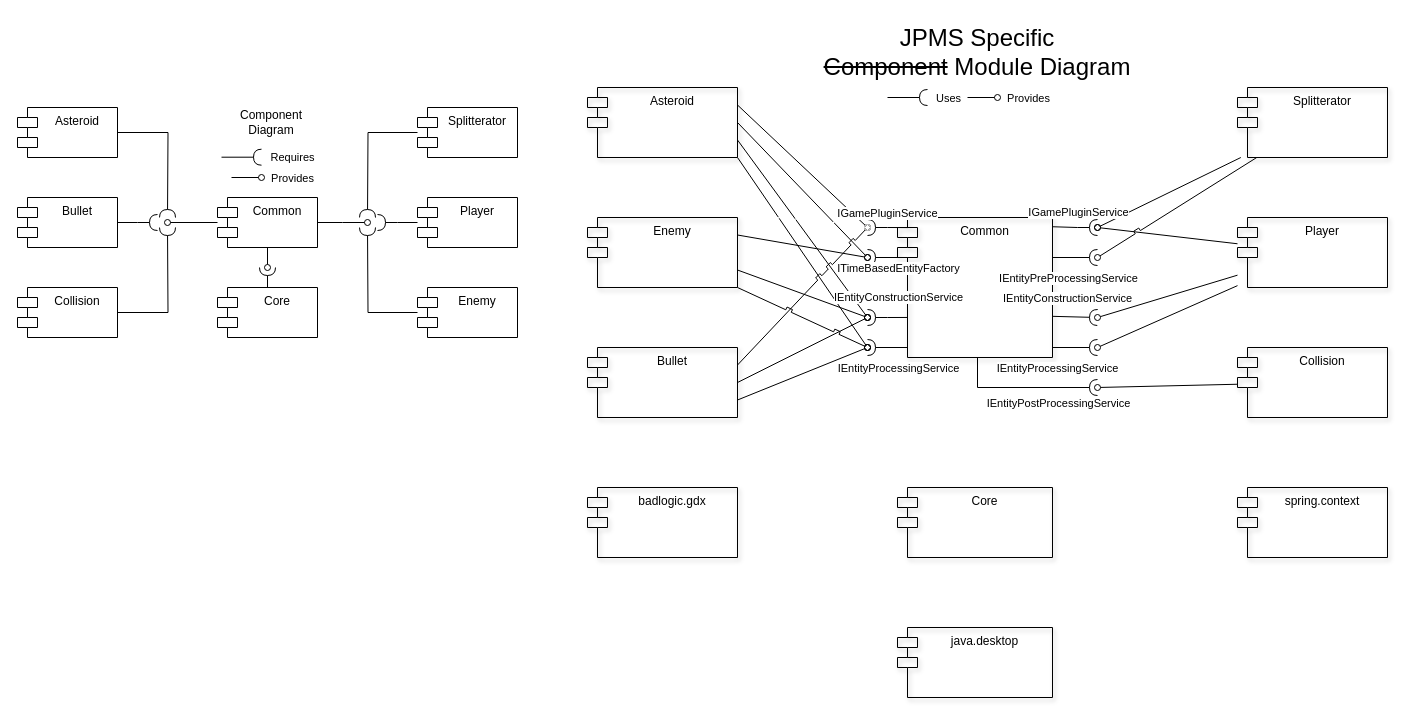
Before: componentDiagram.drawio in GustavBW/AsstPortoProj, a draw.io diagram. Source tidied: cells renumbered, new cells numbered last; positions are measured from the earlier drawing's top-left corner, leaving out a move shared by most shapes. Both pictures are drawn from the tidied source at 100%, with x=0, y=0 at pixel (17, 17).
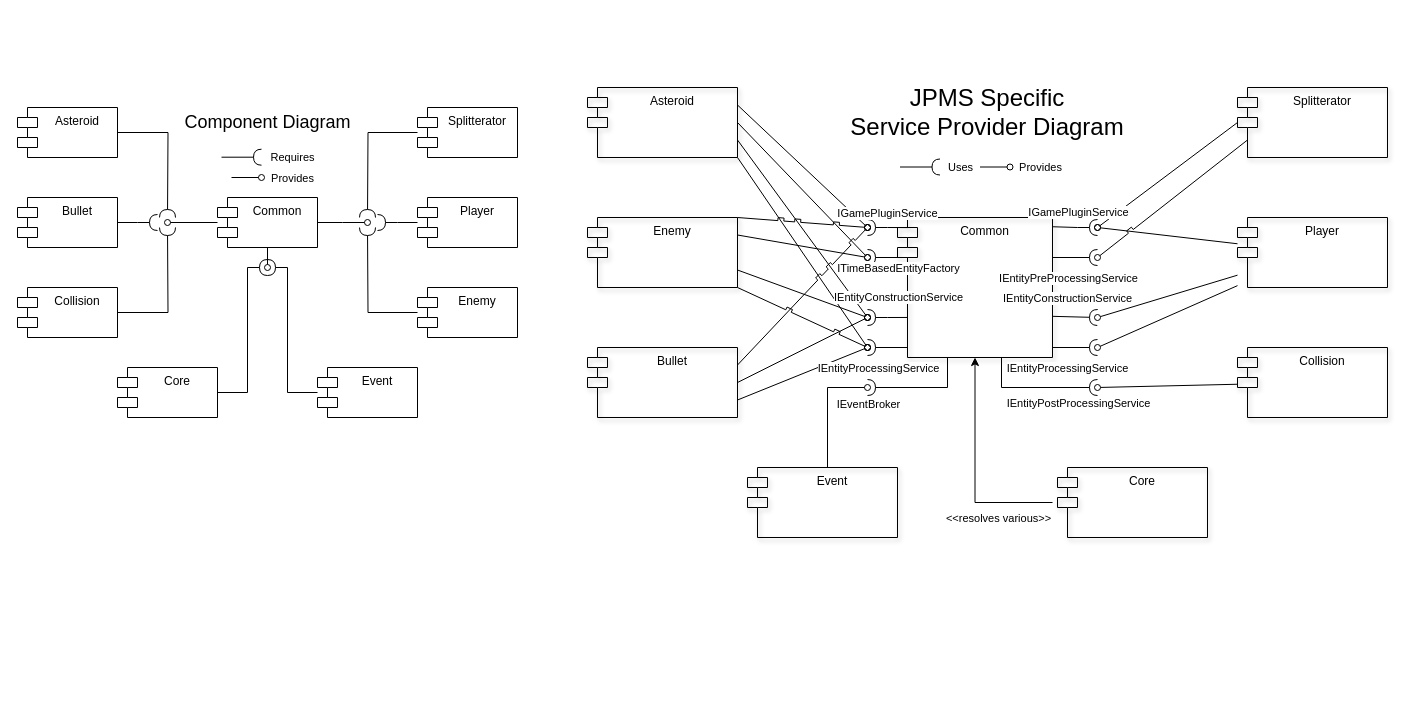
The same page after the edit.

The change refers to these unchanged cells:
```xml
<mxCell id="25" value="Common" style="shape=module;align=left;spacingLeft=20;align=center;verticalAlign=top;whiteSpace=wrap;html=1;backgroundOutline=0;fixDash=0;enumerate=0;comic=0;shadow=1;fillColor=none;" parent="1" vertex="1">
  <mxGeometry x="880" y="200" width="155" height="140" as="geometry" />
</mxCell>
<mxCell id="41" value="Enemy" style="shape=module;align=left;spacingLeft=20;align=center;verticalAlign=top;whiteSpace=wrap;html=1;backgroundOutline=0;fixDash=0;enumerate=0;comic=0;shadow=1;fillColor=none;" parent="1" vertex="1">
  <mxGeometry x="570" y="200" width="150" height="70" as="geometry" />
</mxCell>
<mxCell id="48" value="Splitterator" style="shape=module;align=left;spacingLeft=20;align=center;verticalAlign=top;whiteSpace=wrap;html=1;backgroundOutline=0;fixDash=0;enumerate=0;comic=0;shadow=1;fillColor=none;" parent="1" vertex="1">
  <mxGeometry x="1220" y="70" width="150" height="70" as="geometry" />
</mxCell>
<mxCell id="57" style="endArrow=halfCircle;html=1;rounded=0;endFill=0;" parent="1" edge="1">
  <mxGeometry relative="1" as="geometry">
    <mxPoint x="1035" y="330" as="sourcePoint" />
    <mxPoint x="1080" y="330" as="targetPoint" />
  </mxGeometry>
</mxCell>
<mxCell id="59" style="endArrow=halfCircle;html=1;rounded=0;endFill=0;exitX=0.999;exitY=0.706;exitDx=0;exitDy=0;exitPerimeter=0;" parent="1" edge="1" source="25">
  <mxGeometry relative="1" as="geometry">
    <mxPoint x="1080" y="300" as="targetPoint" />
  </mxGeometry>
</mxCell>
<mxCell id="66" style="endArrow=halfCircle;html=1;rounded=0;endFill=0;exitX=0.067;exitY=0.036;exitDx=0;exitDy=0;exitPerimeter=0;" parent="1" edge="1">
  <mxGeometry relative="1" as="geometry">
    <mxPoint x="890" y="330" as="sourcePoint" />
    <mxPoint x="850" y="330" as="targetPoint" />
  </mxGeometry>
</mxCell>
```

Diff of the diagram source:
```diff
@@
     <mxCell id="2" style="edgeStyle=orthogonalEdgeStyle;rounded=0;jettySize=auto;html=1;endArrow=halfCircle;endFill=0;" parent="1" edge="1" source="3">
       <mxGeometry relative="1" as="geometry">
         <mxPoint x="250" y="250" as="targetPoint" />
         <Array as="points">
-          <mxPoint x="250" y="270" />
-          <mxPoint x="250" y="270" />
+          <mxPoint x="230" y="375" />
+          <mxPoint x="230" y="250" />
         </Array>
       </mxGeometry>
     </mxCell>
     <mxCell id="3" value="Core" style="shape=module;align=left;spacingLeft=20;align=center;verticalAlign=top;whiteSpace=wrap;html=1;fillColor=none;" parent="1" vertex="1">
-      <mxGeometry x="200" y="270" width="100" height="50" as="geometry" />
+      <mxGeometry x="100" y="350" width="100" height="50" as="geometry" />
     </mxCell>
@@
+    <mxCell id="76" style="edgeStyle=orthogonalEdgeStyle;rounded=0;jettySize=auto;html=1;entryX=0.5;entryY=1;entryDx=0;entryDy=0;" parent="1" edge="1" target="25">
+      <mxGeometry relative="1" as="geometry">
+        <mxPoint x="1035" y="485" as="sourcePoint" />
+        <Array as="points">
+          <mxPoint x="958" y="485" />
+        </Array>
+      </mxGeometry>
+    </mxCell>
+    <mxCell id="77" value="&amp;lt;&amp;lt;resolves various&amp;gt;&amp;gt;" style="edgeLabel;html=1;align=center;verticalAlign=middle;" parent="76" vertex="1">
+      <mxGeometry x="-0.56" y="4" relative="1" as="geometry">
+        <mxPoint x="-6" y="11" as="offset" />
+      </mxGeometry>
+    </mxCell>
     <mxCell id="20" value="Core" style="shape=module;align=left;spacingLeft=20;align=center;verticalAlign=top;whiteSpace=wrap;html=1;backgroundOutline=0;fixDash=0;enumerate=0;comic=0;shadow=1;fillColor=none;" parent="1" vertex="1">
-      <mxGeometry x="880" y="470" width="155" height="70" as="geometry" />
+      <mxGeometry x="1040" y="450" width="150" height="70" as="geometry" />
     </mxCell>
+    <mxCell id="78" style="edgeStyle=orthogonalEdgeStyle;rounded=0;jettySize=auto;html=1;endArrow=oval;endFill=0;" parent="1" edge="1" source="21">
+      <mxGeometry relative="1" as="geometry">
+        <mxPoint x="850" y="370" as="targetPoint" />
+        <Array as="points">
+          <mxPoint x="810" y="370" />
+        </Array>
+      </mxGeometry>
+    </mxCell>
-    <mxCell id="21" value="spring.context" style="shape=module;align=left;spacingLeft=20;align=center;verticalAlign=top;whiteSpace=wrap;html=1;backgroundOutline=0;fixDash=0;enumerate=0;comic=0;shadow=1;fillColor=none;" parent="1" vertex="1">
-      <mxGeometry x="1220" y="470" width="150" height="70" as="geometry" />
+    <mxCell id="21" value="Event" style="shape=module;align=left;spacingLeft=20;align=center;verticalAlign=top;whiteSpace=wrap;html=1;backgroundOutline=0;fixDash=0;enumerate=0;comic=0;shadow=1;fillColor=none;" parent="1" vertex="1">
+      <mxGeometry x="730" y="450" width="150" height="70" as="geometry" />
     </mxCell>
-    <mxCell id="22" value="java.desktop" style="shape=module;align=left;spacingLeft=20;align=center;verticalAlign=top;whiteSpace=wrap;html=1;backgroundOutline=0;fixDash=0;enumerate=0;comic=0;shadow=1;fillColor=none;" parent="1" vertex="1">
-      <mxGeometry x="880" y="610" width="155" height="70" as="geometry" />
-    </mxCell>
-    <mxCell id="23" value="badlogic.gdx" style="shape=module;align=left;spacingLeft=20;align=center;verticalAlign=top;whiteSpace=wrap;html=1;backgroundOutline=0;fixDash=0;enumerate=0;comic=0;shadow=1;fillColor=none;" parent="1" vertex="1">
-      <mxGeometry x="570" y="470" width="150" height="70" as="geometry" />
-    </mxCell>
-    <mxCell id="24" style="edgeStyle=orthogonalEdgeStyle;rounded=0;jettySize=auto;html=1;endArrow=halfCircle;endFill=0;" parent="1" edge="1" source="25">
+    <mxCell id="24" style="edgeStyle=orthogonalEdgeStyle;rounded=0;orthogonalLoop=1;jettySize=auto;html=1;endArrow=halfCircle;endFill=0;" parent="1" edge="1">
       <mxGeometry relative="1" as="geometry">
+        <mxPoint x="984" y="340" as="sourcePoint" />
         <mxPoint x="1080" y="370" as="targetPoint" />
         <Array as="points">
-          <mxPoint x="960" y="370" />
+          <mxPoint x="984" y="370" />
         </Array>
       </mxGeometry>
     </mxCell>
+    <mxCell id="79" style="edgeStyle=orthogonalEdgeStyle;rounded=0;jettySize=auto;html=1;endArrow=halfCircle;endFill=0;" parent="1" edge="1" source="25">
+      <mxGeometry relative="1" as="geometry">
+        <mxPoint x="850" y="370" as="targetPoint" />
+        <Array as="points">
+          <mxPoint x="930" y="370" />
+        </Array>
+      </mxGeometry>
+    </mxCell>
@@
-    <mxCell id="38" style="rounded=0;jettySize=auto;html=1;endArrow=oval;endFill=0;noJump=0;comic=0;orthogonal=0;flowAnimation=0;strokeColor=#FFFFFF;fillColor=#f5f5f5;jumpStyle=sharp;exitX=1;exitY=0;exitDx=0;exitDy=0;" parent="1" edge="1" source="41">
+    <mxCell id="38" style="rounded=0;jettySize=auto;html=1;endArrow=oval;endFill=0;noJump=0;comic=0;orthogonal=0;flowAnimation=0;strokeColor=#000000;fillColor=#f5f5f5;jumpStyle=sharp;exitX=1;exitY=0;exitDx=0;exitDy=0;" parent="1" edge="1" source="41">
       <mxGeometry relative="1" as="geometry">
         <mxPoint x="850" y="210" as="targetPoint" />
       </mxGeometry>
     </mxCell>
@@
-    <mxCell id="46" style="rounded=0;jettySize=auto;html=1;jumpStyle=sharp;endArrow=oval;endFill=0;" parent="1" edge="1" source="48">
+    <mxCell id="46" style="rounded=0;jettySize=auto;html=1;jumpStyle=sharp;endArrow=oval;endFill=0;exitX=0;exitY=0;exitDx=0;exitDy=35;exitPerimeter=0;" parent="1" edge="1" source="48">
       <mxGeometry relative="1" as="geometry">
         <mxPoint x="1080" y="210" as="targetPoint" />
       </mxGeometry>
     </mxCell>
-    <mxCell id="47" style="rounded=0;jettySize=auto;html=1;endArrow=oval;endFill=0;jumpStyle=sharp;" parent="1" edge="1" source="48">
+    <mxCell id="47" style="rounded=0;jettySize=auto;html=1;endArrow=oval;endFill=0;jumpStyle=sharp;exitX=0;exitY=0.75;exitDx=10;exitDy=0;exitPerimeter=0;" parent="1" edge="1" source="48">
       <mxGeometry relative="1" as="geometry">
         <mxPoint x="1080" y="240" as="targetPoint" />
       </mxGeometry>
     </mxCell>
@@
-    <mxCell id="49" value="Component Diagram" style="text;html=1;strokeColor=none;fillColor=none;align=center;verticalAlign=middle;whiteSpace=wrap;rounded=0;" parent="1" vertex="1">
-      <mxGeometry x="224" y="90" width="60" height="30" as="geometry" />
+    <mxCell id="49" value="&lt;font style=&quot;font-size: 18px;&quot;&gt;Component Diagram&lt;/font&gt;" style="text;html=1;strokeColor=none;fillColor=none;align=center;verticalAlign=middle;whiteSpace=wrap;rounded=0;" parent="1" vertex="1">
+      <mxGeometry x="156.5" y="90" width="187" height="30" as="geometry" />
     </mxCell>
-    <mxCell id="50" value="&lt;font style=&quot;font-size: 24px;&quot;&gt;JPMS Specific&lt;br&gt;&lt;strike&gt;Component&lt;/strike&gt; Module Diagram&lt;br&gt;&lt;/font&gt;" style="text;html=1;strokeColor=none;fillColor=none;align=center;verticalAlign=middle;whiteSpace=wrap;rounded=0;" parent="1" vertex="1">
-      <mxGeometry x="780" width="360" height="70" as="geometry" />
+    <mxCell id="50" value="&lt;font style=&quot;font-size: 24px;&quot;&gt;JPMS Specific&lt;br&gt;Service Provider Diagram&lt;br&gt;&lt;/font&gt;" style="text;html=1;strokeColor=none;fillColor=none;align=center;verticalAlign=middle;whiteSpace=wrap;rounded=0;" parent="1" vertex="1">
+      <mxGeometry x="790" y="59.5" width="360" height="70" as="geometry" />
     </mxCell>
     <mxCell id="51" style="endArrow=halfCircle;html=1;rounded=0;endFill=0;" parent="1" edge="1">
       <mxGeometry relative="1" as="geometry">
-        <mxPoint x="870" y="80" as="sourcePoint" />
-        <mxPoint x="910" y="80" as="targetPoint" />
+        <mxPoint x="882.5" y="149.5" as="sourcePoint" />
+        <mxPoint x="922.5" y="149.5" as="targetPoint" />
       </mxGeometry>
     </mxCell>
@@
     <mxCell id="53" style="endArrow=oval;html=1;rounded=0;endFill=0;" parent="1" edge="1">
       <mxGeometry relative="1" as="geometry">
-        <mxPoint x="950" y="80" as="sourcePoint" />
-        <mxPoint x="980" y="80" as="targetPoint" />
+        <mxPoint x="962.5" y="149.5" as="sourcePoint" />
+        <mxPoint x="992.5" y="149.5" as="targetPoint" />
       </mxGeometry>
     </mxCell>
@@
     <mxCell id="58" value="IEntityPostProcessingService" style="edgeLabel;html=1;align=center;verticalAlign=middle;labelBackgroundColor=#FFFFFF;" parent="57" vertex="1">
       <mxGeometry x="-0.51" y="-2" relative="1" as="geometry">
-        <mxPoint x="-6" y="53" as="offset" />
+        <mxPoint x="14" y="53" as="offset" />
       </mxGeometry>
     </mxCell>
+    <mxCell id="80" value="IEventBroker" style="edgeLabel;html=1;align=center;verticalAlign=middle;labelBackgroundColor=#FFFFFF;" parent="57" vertex="1">
+      <mxGeometry x="-0.51" y="-2" relative="1" as="geometry">
+        <mxPoint x="-196" y="54" as="offset" />
+      </mxGeometry>
+    </mxCell>
@@
     <mxCell id="60" value="IEntityProcessingService" style="edgeLabel;html=1;align=center;verticalAlign=middle;labelBackgroundColor=#FFFFFF;" parent="59" vertex="1">
       <mxGeometry x="-0.51" y="-2" relative="1" as="geometry">
-        <mxPoint x="-6" y="49" as="offset" />
+        <mxPoint x="4" y="49" as="offset" />
       </mxGeometry>
     </mxCell>
@@
-    <mxCell id="64" style="endArrow=halfCircle;html=1;rounded=0;endFill=0;exitX=0.068;exitY=0.072;exitDx=0;exitDy=0;exitPerimeter=0;" parent="1" edge="1" source="25">
+    <mxCell id="64" style="endArrow=halfCircle;html=1;rounded=0;endFill=0;exitX=0.068;exitY=0.072;exitDx=0;exitDy=0;exitPerimeter=0;strokeColor=default;" parent="1" edge="1" source="25">
       <mxGeometry relative="1" as="geometry">
         <mxPoint x="850" y="210" as="targetPoint" />
         <Array as="points">
           <mxPoint x="870" y="210" />
         </Array>
       </mxGeometry>
     </mxCell>
@@
     <mxCell id="67" value="IEntityProcessingService" style="edgeLabel;html=1;align=center;verticalAlign=middle;labelBackgroundColor=#FFFFFF;" parent="66" vertex="1">
       <mxGeometry x="-0.51" y="-2" relative="1" as="geometry">
-        <mxPoint y="22" as="offset" />
+        <mxPoint x="-20" y="22" as="offset" />
       </mxGeometry>
     </mxCell>
@@
+    <mxCell id="81" style="edgeStyle=orthogonalEdgeStyle;rounded=0;jettySize=auto;html=1;endArrow=halfCircle;endFill=0;" parent="1" edge="1" source="82">
+      <mxGeometry relative="1" as="geometry">
+        <mxPoint x="250" y="250" as="targetPoint" />
+        <Array as="points">
+          <mxPoint x="270" y="375" />
+          <mxPoint x="270" y="250" />
+        </Array>
+      </mxGeometry>
+    </mxCell>
+    <mxCell id="82" value="Event" style="shape=module;align=left;spacingLeft=20;align=center;verticalAlign=top;whiteSpace=wrap;html=1;fillColor=none;" parent="1" vertex="1">
+      <mxGeometry x="300" y="350" width="100" height="50" as="geometry" />
+    </mxCell>
```
